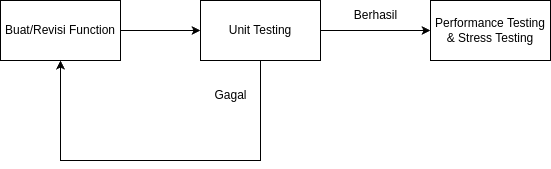
Earlier version of the draw.io export drawio/alur-testing.png (Soviena/jurnal-ta). Source tidied: cells renumbered, new cells last; positions are measured from the earlier drawing's top-left corner, leaving out a move shared by most shapes.
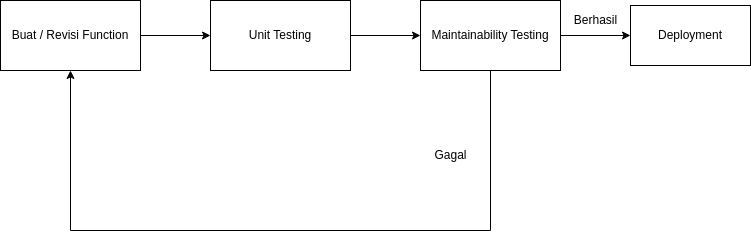
Later version of the same file.

Commit message:
revisi terbaru

The edit, as a diff of the source:
```diff
@@ -2,34 +2,40 @@
   <root>
     <mxCell id="0" />
     <mxCell id="1" parent="0" />
-    <mxCell id="2" style="edgeStyle=orthogonalEdgeStyle;rounded=0;jettySize=auto;html=1;" parent="1" edge="1" source="3" target="6">
-      <mxGeometry relative="1" as="geometry" />
-    </mxCell>
-    <mxCell id="3" value="Buat/Revisi Function" style="rounded=0;whiteSpace=wrap;html=1;" parent="1" vertex="1">
-      <mxGeometry width="120" height="60" as="geometry" />
-    </mxCell>
-    <mxCell id="4" style="edgeStyle=orthogonalEdgeStyle;rounded=0;jettySize=auto;html=1;entryX=0.5;entryY=1;entryDx=0;entryDy=0;" parent="1" edge="1" source="6" target="3">
-      <mxGeometry relative="1" as="geometry">
-        <Array as="points">
-          <mxPoint x="260" y="160" />
-          <mxPoint x="60" y="160" />
-        </Array>
-      </mxGeometry>
-    </mxCell>
-    <mxCell id="5" style="edgeStyle=orthogonalEdgeStyle;rounded=0;jettySize=auto;html=1;entryX=0;entryY=0.5;entryDx=0;entryDy=0;" parent="1" edge="1" source="6" target="8">
-      <mxGeometry relative="1" as="geometry" />
-    </mxCell>
+    <mxCell id="10" style="edgeStyle=orthogonalEdgeStyle;rounded=0;jettySize=auto;html=1;" parent="1" edge="1" source="11" target="6">
+      <mxGeometry relative="1" as="geometry" />
+    </mxCell>
+    <mxCell id="11" value="Buat / Revisi Function" style="rounded=0;whiteSpace=wrap;html=1;" parent="1" vertex="1">
+      <mxGeometry x="-60" y="100" width="140" height="70" as="geometry" />
+    </mxCell>
+    <mxCell id="12" style="edgeStyle=orthogonalEdgeStyle;rounded=0;jettySize=auto;html=1;" parent="1" edge="1" source="6" target="15">
+      <mxGeometry relative="1" as="geometry" />
+    </mxCell>
     <mxCell id="6" value="Unit Testing" style="rounded=0;whiteSpace=wrap;html=1;" parent="1" vertex="1">
-      <mxGeometry x="200" width="120" height="60" as="geometry" />
+      <mxGeometry x="150" y="100" width="140" height="70" as="geometry" />
     </mxCell>
+    <mxCell id="13" style="edgeStyle=orthogonalEdgeStyle;rounded=0;jettySize=auto;html=1;" parent="1" edge="1" source="15" target="11">
+      <mxGeometry relative="1" as="geometry">
+        <Array as="points">
+          <mxPoint x="430" y="330" />
+          <mxPoint x="10" y="330" />
+        </Array>
+      </mxGeometry>
+    </mxCell>
+    <mxCell id="14" style="edgeStyle=orthogonalEdgeStyle;rounded=0;jettySize=auto;html=1;" parent="1" edge="1" source="15" target="16">
+      <mxGeometry relative="1" as="geometry" />
+    </mxCell>
+    <mxCell id="15" value="Maintainability Testing" style="rounded=0;whiteSpace=wrap;html=1;" parent="1" vertex="1">
+      <mxGeometry x="360" y="100" width="140" height="70" as="geometry" />
+    </mxCell>
     <mxCell id="7" value="Gagal" style="text;html=1;align=center;verticalAlign=middle;strokeColor=none;fillColor=none;" parent="1" vertex="1">
-      <mxGeometry x="200" y="80" width="60" height="30" as="geometry" />
+      <mxGeometry x="360" y="240" width="60" height="30" as="geometry" />
     </mxCell>
-    <mxCell id="8" value="Performance Testing &amp;amp; Stress Testing" style="rounded=0;whiteSpace=wrap;html=1;" parent="1" vertex="1">
-      <mxGeometry x="430" width="120" height="60" as="geometry" />
-    </mxCell>
+    <mxCell id="16" value="Deployment" style="rounded=0;whiteSpace=wrap;html=1;" parent="1" vertex="1">
+      <mxGeometry x="570" y="105" width="120" height="60" as="geometry" />
+    </mxCell>
     <mxCell id="9" value="Berhasil" style="text;html=1;align=center;verticalAlign=middle;strokeColor=none;fillColor=none;" parent="1" vertex="1">
-      <mxGeometry x="340" width="70" height="30" as="geometry" />
+      <mxGeometry x="500" y="105" width="70" height="30" as="geometry" />
     </mxCell>
   </root>
 </mxGraphModel>
```
